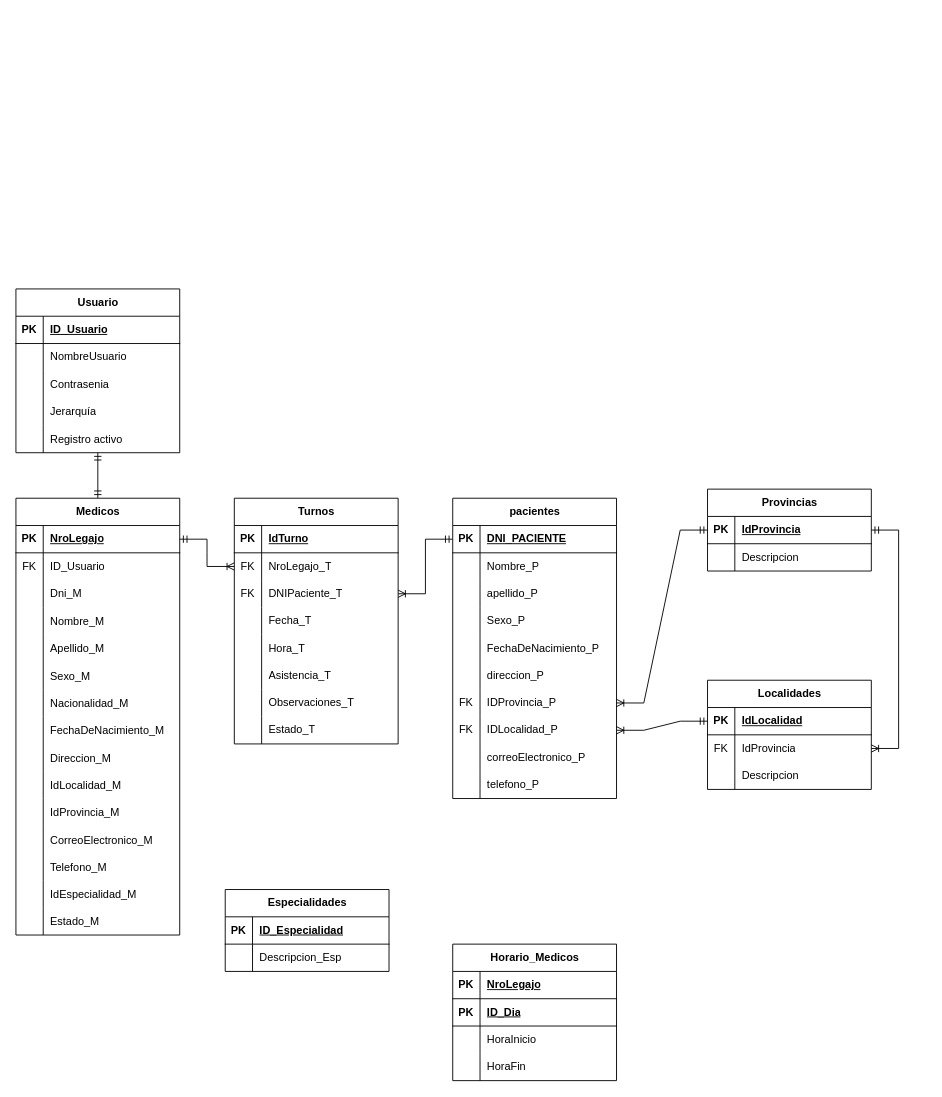
ZerothVeratross/tpi-progra3 keeps this draw.io diagram as DER_Clinica.drawio. Above is the earlier version. Source tidied: cells renumbered, new cells numbered last; positions are measured from the earlier drawing's top-left corner, leaving out a move shared by most shapes. Both pictures are drawn from the tidied source at 91%, with x=0, y=0 at pixel (15, 288).
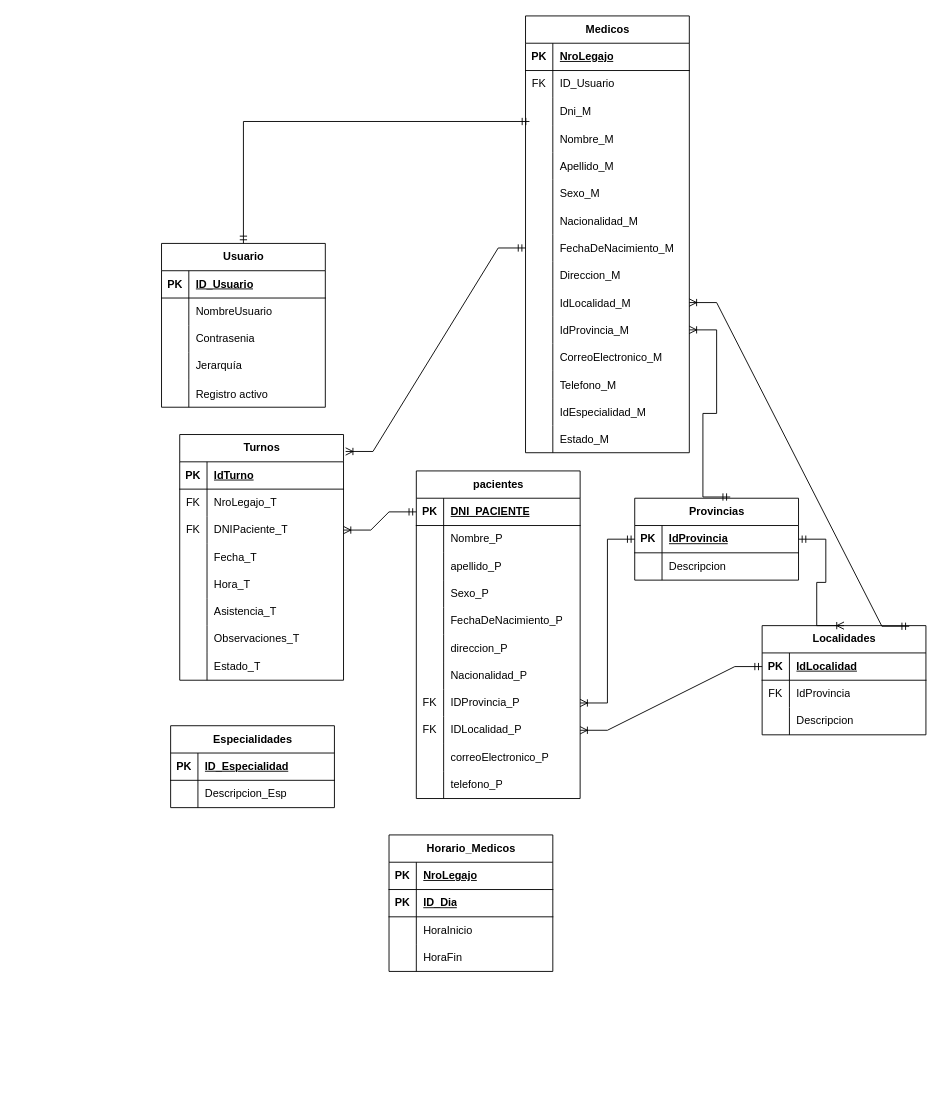
The same diagram, later.

Unchanged cells that the change refers to:
```xml
<mxCell id="23" style="shape=tableRow;horizontal=0;startSize=0;swimlaneHead=0;swimlaneBody=0;fillColor=none;points=[[0,0.5],[1,0.5]];portConstraint=eastwest;top=0;left=0;right=0;bottom=0;" parent="19" vertex="1">
  <mxGeometry y="60" width="180" height="30" as="geometry" />
</mxCell>
<mxCell id="30" style="shape=tableRow;horizontal=0;startSize=0;swimlaneHead=0;swimlaneBody=0;fillColor=none;points=[[0,0.5],[1,0.5]];portConstraint=eastwest;top=0;left=0;right=0;bottom=1;" parent="29" vertex="1">
  <mxGeometry y="30" width="180" height="30" as="geometry" />
</mxCell>
<mxCell id="40" style="shape=tableRow;horizontal=0;startSize=0;swimlaneHead=0;swimlaneBody=0;fillColor=none;points=[[0,0.5],[1,0.5]];portConstraint=eastwest;top=0;left=0;right=0;bottom=0;" parent="36" vertex="1">
  <mxGeometry y="60" width="180" height="30" as="geometry" />
</mxCell>
<mxCell id="93" style="shape=tableRow;horizontal=0;startSize=0;swimlaneHead=0;swimlaneBody=0;fillColor=none;points=[[0,0.5],[1,0.5]];portConstraint=eastwest;top=0;left=0;right=0;bottom=1;" parent="92" vertex="1">
  <mxGeometry y="30" width="180" height="30" as="geometry" />
</mxCell>
<mxCell id="99" style="shape=tableRow;horizontal=0;startSize=0;swimlaneHead=0;swimlaneBody=0;fillColor=none;points=[[0,0.5],[1,0.5]];portConstraint=eastwest;top=0;left=0;right=0;bottom=0;" parent="92" vertex="1">
  <mxGeometry y="90" width="180" height="30" as="geometry" />
</mxCell>
<mxCell id="114" style="shape=tableRow;horizontal=0;startSize=0;swimlaneHead=0;swimlaneBody=0;fillColor=none;points=[[0,0.5],[1,0.5]];portConstraint=eastwest;top=0;left=0;right=0;bottom=0;" parent="92" vertex="1">
  <mxGeometry y="240" width="180" height="30" as="geometry" />
</mxCell>
<mxCell id="120" style="shape=tableRow;horizontal=0;startSize=0;swimlaneHead=0;swimlaneBody=0;fillColor=none;points=[[0,0.5],[1,0.5]];portConstraint=eastwest;top=0;left=0;right=0;bottom=0;" parent="92" vertex="1">
  <mxGeometry y="300" width="180" height="30" as="geometry" />
</mxCell>
<mxCell id="123" style="shape=tableRow;horizontal=0;startSize=0;swimlaneHead=0;swimlaneBody=0;fillColor=none;points=[[0,0.5],[1,0.5]];portConstraint=eastwest;top=0;left=0;right=0;bottom=0;" parent="92" vertex="1">
  <mxGeometry y="330" width="180" height="30" as="geometry" />
</mxCell>
```

What changed in the source:
```diff
@@
-    <mxCell id="2" style="edgeStyle=orthogonalEdgeStyle;rounded=0;jettySize=auto;html=1;entryX=0.5;entryY=0;entryDx=0;entryDy=0;endArrow=ERmandOne;endFill=0;startArrow=ERmandOne;startFill=0;" parent="1" edge="1" source="3" target="92">
+    <mxCell id="2" style="edgeStyle=orthogonalEdgeStyle;rounded=0;jettySize=auto;html=1;entryX=0.024;entryY=0.867;entryDx=0;entryDy=0;endArrow=ERmandOne;endFill=0;startArrow=ERmandOne;startFill=0;entryPerimeter=0;" parent="1" edge="1" source="3" target="99">
       <mxGeometry relative="1" as="geometry" />
     </mxCell>
     <mxCell id="3" value="Usuario" style="shape=table;startSize=30;childLayout=tableLayout;rowLines=0;fontStyle=1;align=center;html=1;" parent="1" vertex="1">
-      <mxGeometry width="180" height="180" as="geometry" />
+      <mxGeometry x="160" y="-50" width="180" height="180" as="geometry" />
     </mxCell>
@@
     <mxCell id="19" value="Localidades" style="shape=table;startSize=30;childLayout=tableLayout;rowLines=0;fontStyle=1;align=center;html=1;" parent="1" vertex="1">
-      <mxGeometry x="760" y="430" width="180" height="120" as="geometry" />
+      <mxGeometry x="820" y="370" width="180" height="120" as="geometry" />
     </mxCell>
@@
     <mxCell id="29" value="Provincias" style="shape=table;startSize=30;childLayout=tableLayout;rowLines=0;fontStyle=1;align=center;html=1;" parent="1" vertex="1">
-      <mxGeometry x="760" y="220" width="180" height="90" as="geometry" />
+      <mxGeometry x="680" y="230" width="180" height="90" as="geometry" />
     </mxCell>
@@
     <mxCell id="36" value="Turnos" style="shape=table;startSize=30;childLayout=tableLayout;rowLines=0;fontStyle=1;align=center;html=1;" parent="1" vertex="1">
-      <mxGeometry x="240" y="230" width="180" height="270" as="geometry" />
+      <mxGeometry x="180" y="160" width="180" height="270" as="geometry" />
     </mxCell>
@@
     <mxCell id="61" value="pacientes" style="shape=table;startSize=30;childLayout=tableLayout;rowLines=0;fontStyle=1;align=center;html=1;" parent="1" vertex="1">
-      <mxGeometry x="480" y="230" width="180" height="330" as="geometry" />
+      <mxGeometry x="440" y="200" width="180" height="360" as="geometry" />
     </mxCell>
@@
+    <mxCell id="163" style="shape=tableRow;horizontal=0;startSize=0;swimlaneHead=0;swimlaneBody=0;fillColor=none;top=0;left=0;right=0;bottom=0;" parent="61" vertex="1">
+      <mxGeometry y="210" width="180" height="30" as="geometry" />
+    </mxCell>
+    <mxCell id="164" style="shape=partialRectangle;fillColor=none;top=0;left=0;bottom=0;right=0;overflow=hidden;whiteSpace=wrap;html=1;" parent="163" vertex="1">
+      <mxGeometry width="30" height="30" as="geometry" />
+    </mxCell>
+    <mxCell id="165" value="&lt;span style=&quot;text-wrap-mode: nowrap;&quot;&gt;Nacionalidad_P&lt;/span&gt;" style="shape=partialRectangle;fillColor=none;top=0;left=0;bottom=0;right=0;align=left;spacingLeft=6;overflow=hidden;whiteSpace=wrap;html=1;" parent="163" vertex="1">
+      <mxGeometry x="30" width="150" height="30" as="geometry" />
+    </mxCell>
     <mxCell id="80" style="shape=tableRow;horizontal=0;startSize=0;swimlaneHead=0;swimlaneBody=0;fillColor=none;points=[[0,0.5],[1,0.5]];portConstraint=eastwest;top=0;left=0;right=0;bottom=0;" parent="61" vertex="1">
-      <mxGeometry y="210" width="180" height="30" as="geometry" />
+      <mxGeometry y="240" width="180" height="30" as="geometry" />
     </mxCell>
@@
     <mxCell id="83" style="shape=tableRow;horizontal=0;startSize=0;swimlaneHead=0;swimlaneBody=0;fillColor=none;points=[[0,0.5],[1,0.5]];portConstraint=eastwest;top=0;left=0;right=0;bottom=0;" parent="61" vertex="1">
-      <mxGeometry y="240" width="180" height="30" as="geometry" />
+      <mxGeometry y="270" width="180" height="30" as="geometry" />
     </mxCell>
@@
     <mxCell id="86" style="shape=tableRow;horizontal=0;startSize=0;swimlaneHead=0;swimlaneBody=0;fillColor=none;top=0;left=0;right=0;bottom=0;" parent="61" vertex="1">
-      <mxGeometry y="270" width="180" height="30" as="geometry" />
+      <mxGeometry y="300" width="180" height="30" as="geometry" />
     </mxCell>
@@
     <mxCell id="89" style="shape=tableRow;horizontal=0;startSize=0;swimlaneHead=0;swimlaneBody=0;fillColor=none;top=0;left=0;right=0;bottom=0;" parent="61" vertex="1">
-      <mxGeometry y="300" width="180" height="30" as="geometry" />
+      <mxGeometry y="330" width="180" height="30" as="geometry" />
     </mxCell>
@@
     <mxCell id="92" value="Medicos" style="shape=table;startSize=30;childLayout=tableLayout;rowLines=0;fontStyle=1;align=center;html=1;" parent="1" vertex="1">
-      <mxGeometry y="230" width="180" height="480" as="geometry" />
+      <mxGeometry x="560" y="-300" width="180" height="480" as="geometry" />
     </mxCell>
@@
     <mxCell id="138" value="Especialidades" style="shape=table;startSize=30;childLayout=tableLayout;rowLines=0;fontStyle=1;align=center;html=1;" parent="1" vertex="1">
-      <mxGeometry x="230" y="660" width="180" height="90" as="geometry" />
+      <mxGeometry x="170" y="480" width="180" height="90" as="geometry" />
     </mxCell>
@@
     <mxCell id="145" value="Horario&lt;span style=&quot;background-color: transparent; color: light-dark(rgb(0, 0, 0), rgb(255, 255, 255));&quot;&gt;_Medicos&lt;/span&gt;" style="shape=table;startSize=30;childLayout=tableLayout;rowLines=0;fontStyle=1;align=center;html=1;" parent="1" vertex="1">
-      <mxGeometry x="480" y="720" width="180" height="150" as="geometry" />
+      <mxGeometry x="410" y="600" width="180" height="150" as="geometry" />
     </mxCell>
@@
-    <mxCell id="158" style="edgeStyle=entityRelationEdgeStyle;fontSize=12;html=1;endArrow=ERoneToMany;startArrow=ERmandOne;rounded=0;exitX=1;exitY=0.5;exitDx=0;exitDy=0;entryX=0;entryY=0.5;entryDx=0;entryDy=0;" parent="1" edge="1" source="93" target="40">
+    <mxCell id="158" style="edgeStyle=entityRelationEdgeStyle;fontSize=12;html=1;endArrow=ERoneToMany;startArrow=ERmandOne;rounded=0;entryX=1.013;entryY=0.069;entryDx=0;entryDy=0;entryPerimeter=0;exitX=0;exitY=0.5;exitDx=0;exitDy=0;" parent="1" edge="1" source="114" target="36">
       <mxGeometry relative="1" as="geometry" />
     </mxCell>
@@
-    <mxCell id="162" style="edgeStyle=entityRelationEdgeStyle;fontSize=12;html=1;endArrow=ERoneToMany;startArrow=ERmandOne;rounded=0;exitX=1;exitY=0.5;exitDx=0;exitDy=0;entryX=1;entryY=0.5;entryDx=0;entryDy=0;" parent="1" edge="1" source="30" target="23">
+    <mxCell id="162" style="edgeStyle=entityRelationEdgeStyle;fontSize=12;html=1;endArrow=ERoneToMany;startArrow=ERmandOne;rounded=0;exitX=1;exitY=0.5;exitDx=0;exitDy=0;entryX=0.5;entryY=0;entryDx=0;entryDy=0;" parent="1" edge="1" source="30" target="19">
       <mxGeometry relative="1" as="geometry" />
     </mxCell>
+    <mxCell id="166" style="edgeStyle=entityRelationEdgeStyle;fontSize=12;html=1;endArrow=ERoneToMany;startArrow=ERmandOne;rounded=0;exitX=0.583;exitY=-0.015;exitDx=0;exitDy=0;exitPerimeter=0;" parent="1" edge="1" source="29" target="123">
+      <mxGeometry relative="1" as="geometry" />
+    </mxCell>
+    <mxCell id="167" style="edgeStyle=entityRelationEdgeStyle;fontSize=12;html=1;endArrow=ERoneToMany;startArrow=ERmandOne;rounded=0;entryX=1;entryY=0.5;entryDx=0;entryDy=0;exitX=0.898;exitY=0.006;exitDx=0;exitDy=0;exitPerimeter=0;" parent="1" edge="1" source="19" target="120">
+      <mxGeometry relative="1" as="geometry" />
+    </mxCell>
```
